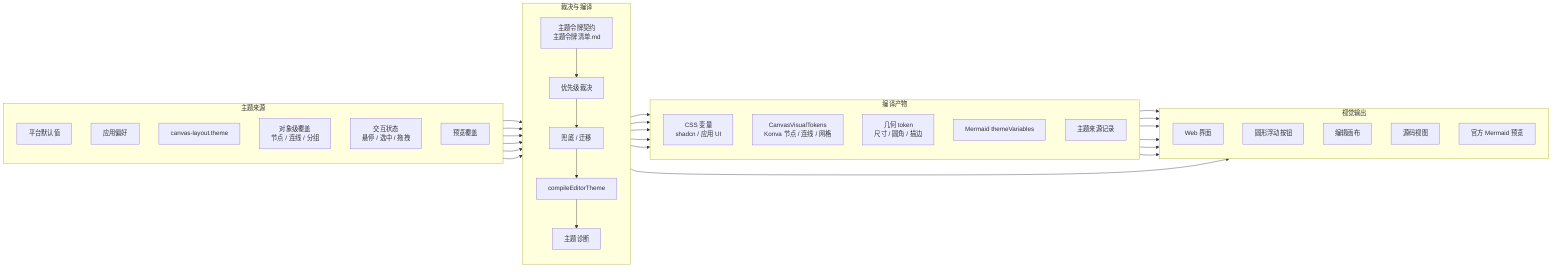
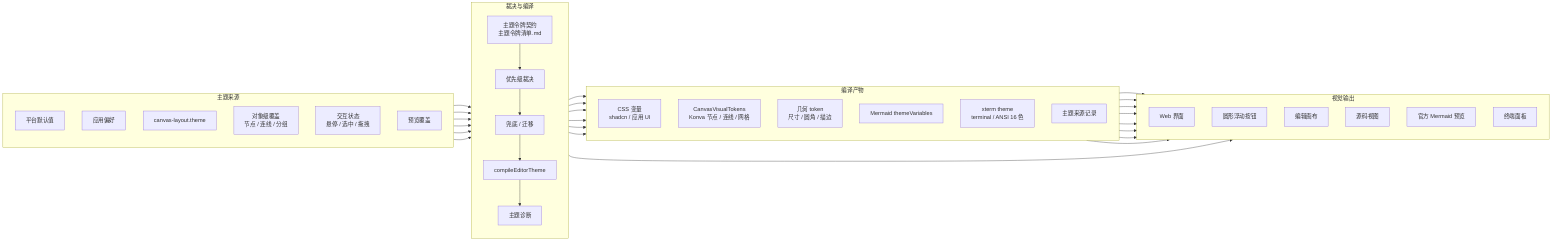
%% 主题来源、裁决、编译与适配
flowchart LR
  subgraph Sources[主题来源]
    direction TB
    Defaults["平台默认值"]
    AppTheme["应用偏好"]
    FileTheme["canvas-layout.theme"]
    ObjectOverride["对象级覆盖<br/>节点 / 连线 / 分组"]
    InteractionOverride["交互状态<br/>悬停 / 选中 / 拖拽"]
    PreviewOverride["预览覆盖"]
  end

  subgraph Resolution[裁决与编译]
    direction TB
    TokenContract["主题令牌契约<br/>主题令牌清单.md"]
    Priority["优先级裁决"]
    Fallback["兜底 / 迁移"]
    Compiler["compileEditorTheme"]
    Diagnostics["主题诊断"]
  end

  subgraph Artifacts[编译产物]
    direction TB
    CssVars["CSS 变量<br/>shadcn / 应用 UI"]
    CanvasTokens["CanvasVisualTokens<br/>Konva 节点 / 连线 / 网格"]
    GeometryTokens["几何 token<br/>尺寸 / 圆角 / 描边"]
    MermaidVars["Mermaid themeVariables"]
+     TerminalVars["xterm theme<br/>terminal / ANSI 16 色"]
    Provenance["主题来源记录"]
  end

  subgraph Outputs[视觉输出]
    direction TB
    WebUi["Web 界面"]
    FloatingButtons["圆形浮动按钮"]
    Canvas["编辑画布"]
    SourcePanel["源码视图"]
    RenderPreview["官方 Mermaid 预览"]
+     TerminalPanel["终端面板"]
  end

  Defaults --> Priority
  AppTheme --> Priority
  FileTheme --> Priority
  ObjectOverride --> Priority
  InteractionOverride --> Priority
  PreviewOverride --> Priority
  TokenContract --> Priority
  Priority --> Fallback
  Fallback --> Compiler
  Compiler --> Diagnostics
  Compiler --> CssVars
  Compiler --> CanvasTokens
  Compiler --> GeometryTokens
  Compiler --> MermaidVars
+   Compiler --> TerminalVars
  Compiler --> Provenance
  CssVars --> WebUi
  CssVars --> FloatingButtons
  CssVars --> SourcePanel
+   CssVars --> TerminalPanel
  CanvasTokens --> Canvas
  GeometryTokens --> Canvas
  MermaidVars --> RenderPreview
+   TerminalVars --> TerminalPanel
  Diagnostics --> WebUi
